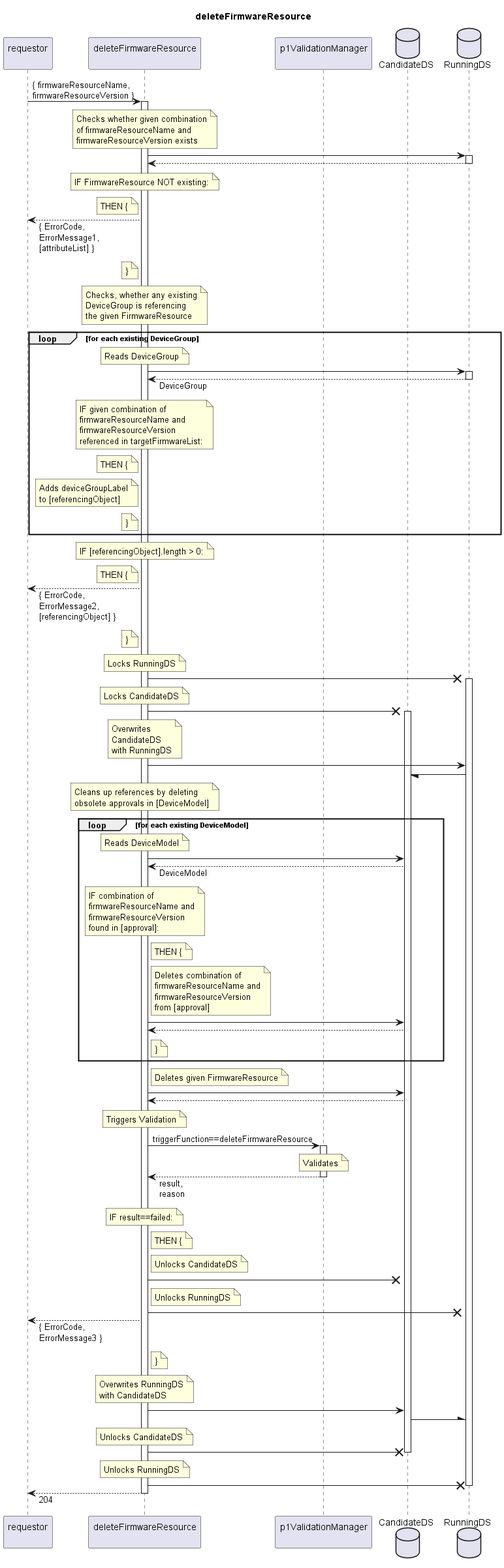
Earlier version of the PlantUML export spec/Services/deleteFirmwareResource/1.0.0/deleteFirmwareResource.png (openBackhaul/FirmWareManager).
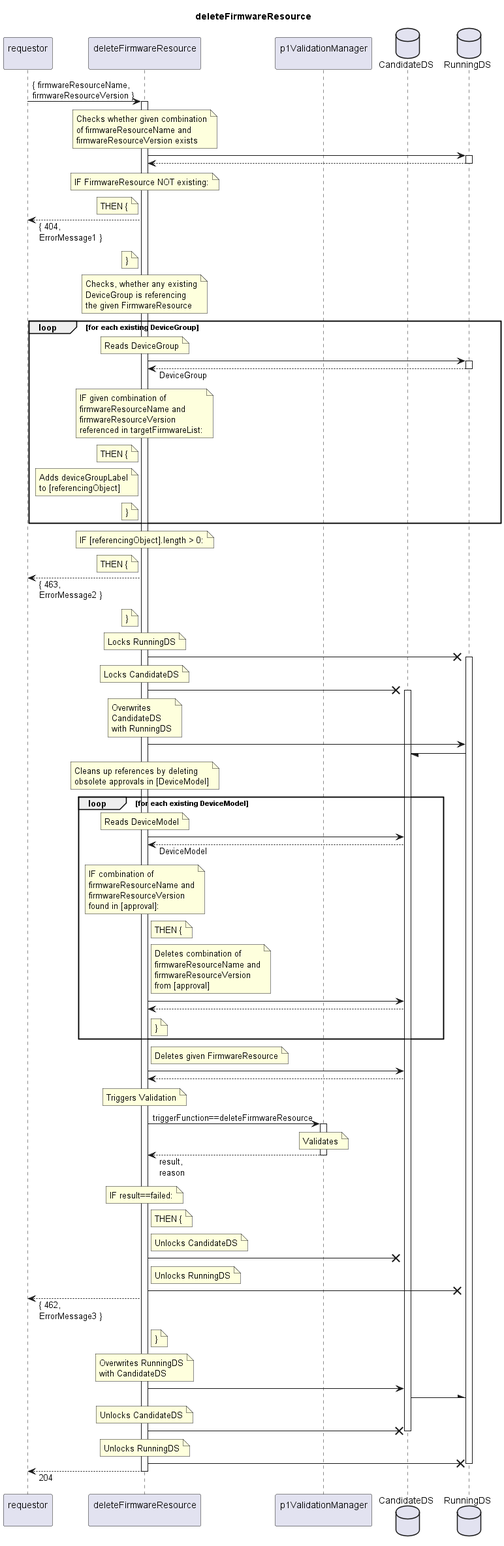
Above is the later version.

What changed in the source:
```diff
@@ -29,7 +29,7 @@
   note left indServ
     THEN {
   end note
-  requestor <-- indServ: { ErrorCode,\nErrorMessage1,\n[attributeList] }
+  requestor <-- indServ: { 404,\nErrorMessage1 }
   note left indServ
     }
   end note
@@ -70,7 +70,7 @@
   note left indServ
     THEN {
   end note
-  requestor <-- indServ: { ErrorCode,\nErrorMessage2,\n[referencingObject] }
+  requestor <-- indServ: { 463,\nErrorMessage2 }
   note left indServ
     }
   end note
@@ -155,7 +155,7 @@
     Unlocks RunningDS
   end note
   indServ -X RunDS
-  requestor <-- indServ: { ErrorCode,\nErrorMessage3 }
+  requestor <-- indServ: { 462,\nErrorMessage3 }
   note right indServ
     }
   end note
```
